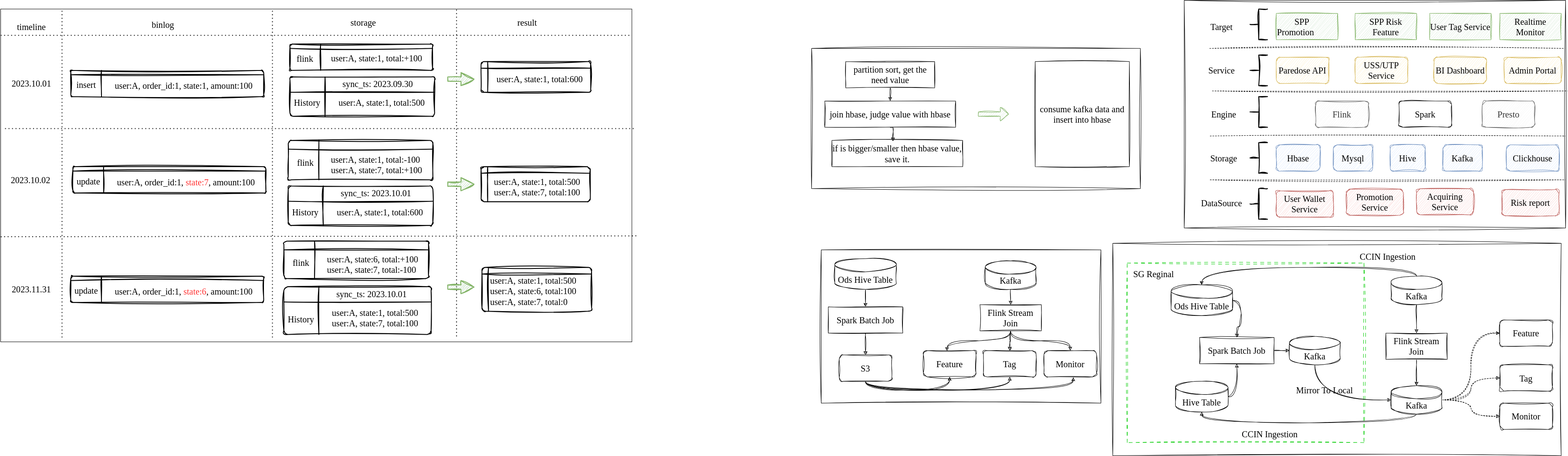
The draw.io diagram 答辩准备1.drawio.svg in LadyTao/flink-learning, before a commit. Source tidied: cells renumbered, new cells last; positions are measured from the earlier drawing's top-left corner, leaving out a move shared by most shapes.
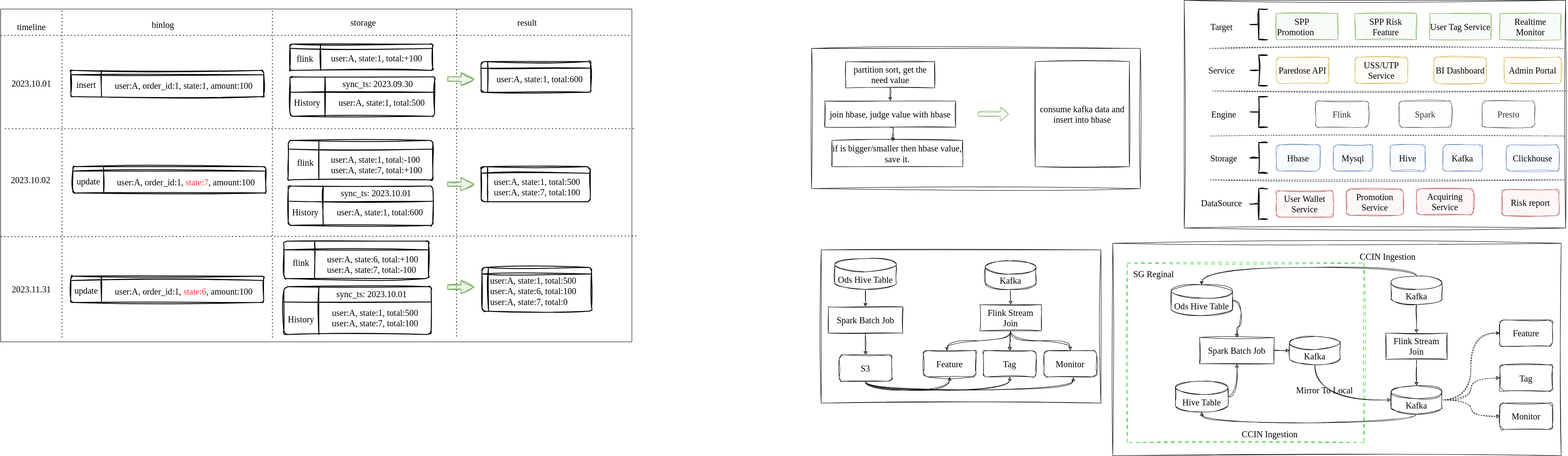
After the commit.

Commit message:
更新答辩准备1.drawio.svg

Diff of the diagram source:
```diff
@@ -53,7 +53,7 @@
     <mxCell id="18" value="&lt;font face=&quot;Tahoma&quot;&gt;Flink&lt;/font&gt;" style="rounded=1;whiteSpace=wrap;html=1;hachureGap=4;fontFamily=Architects Daughter;fontSource=https%3A%2F%2Ffonts.googleapis.com%2Fcss%3Ffamily%3DArchitects%2BDaughter;fontSize=20;sketch=1;curveFitting=1;jiggle=2;fillColor=#f5f5f5;fontColor=#333333;strokeColor=#666666;" parent="17" vertex="1">
       <mxGeometry width="120" height="60" as="geometry" />
     </mxCell>
-    <mxCell id="19" value="&lt;font face=&quot;Tahoma&quot;&gt;Spark&lt;/font&gt;" style="rounded=1;whiteSpace=wrap;html=1;hachureGap=4;fontFamily=Architects Daughter;fontSource=https%3A%2F%2Ffonts.googleapis.com%2Fcss%3Ffamily%3DArchitects%2BDaughter;fontSize=20;sketch=1;curveFitting=1;jiggle=2;" parent="17" vertex="1">
+    <mxCell id="19" value="&lt;font face=&quot;Tahoma&quot;&gt;Spark&lt;/font&gt;" style="rounded=1;whiteSpace=wrap;html=1;hachureGap=4;fontFamily=Architects Daughter;fontSource=https%3A%2F%2Ffonts.googleapis.com%2Fcss%3Ffamily%3DArchitects%2BDaughter;fontSize=20;sketch=1;curveFitting=1;jiggle=2;fillColor=#f5f5f5;fontColor=#333333;strokeColor=#666666;" parent="17" vertex="1">
       <mxGeometry x="190" width="120" height="60" as="geometry" />
     </mxCell>
     <mxCell id="20" value="&lt;font face=&quot;Tahoma&quot;&gt;Presto&lt;/font&gt;" style="rounded=1;whiteSpace=wrap;html=1;hachureGap=4;fontFamily=Architects Daughter;fontSource=https%3A%2F%2Ffonts.googleapis.com%2Fcss%3Ffamily%3DArchitects%2BDaughter;fontSize=20;sketch=1;curveFitting=1;jiggle=2;fillColor=#f5f5f5;fontColor=#333333;strokeColor=#666666;" parent="17" vertex="1">
```
